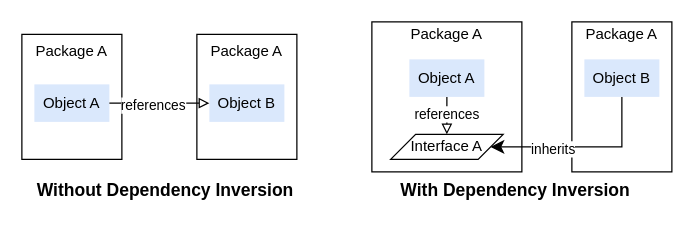
This is cpp/pics/DIP.drawio from zhaoyan/dev_doc, a draw.io file, before an edit. Source tidied: cells renumbered, new cells numbered last; positions are measured from the earlier drawing's top-left corner, leaving out a move shared by most shapes. Both pictures are drawn from the tidied source at 125%, with x=0, y=0 at pixel (21, 21).
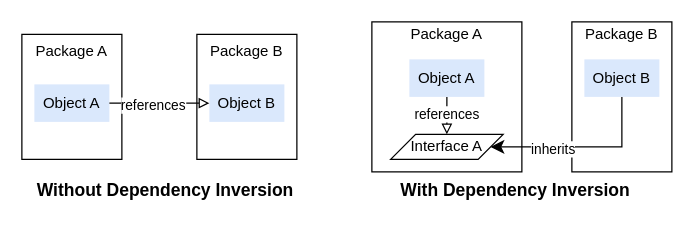
The same diagram, later.

Diff of the diagram source:
```diff
@@
-    <mxCell id="4" value="&lt;div style=&quot;text-align: left;&quot;&gt;&lt;span style=&quot;background-color: initial;&quot;&gt;Package A&lt;/span&gt;&lt;/div&gt;&lt;div&gt;&lt;br&gt;&lt;/div&gt;&lt;div&gt;&lt;br&gt;&lt;/div&gt;&lt;div&gt;&lt;br&gt;&lt;/div&gt;&lt;div&gt;&lt;br&gt;&lt;/div&gt;&lt;div&gt;&lt;br&gt;&lt;/div&gt;" style="rounded=0;whiteSpace=wrap;html=1;" parent="1" vertex="1">
+    <mxCell id="4" value="&lt;div style=&quot;text-align: left;&quot;&gt;&lt;span style=&quot;background-color: initial;&quot;&gt;Package B&lt;/span&gt;&lt;/div&gt;&lt;div&gt;&lt;br&gt;&lt;/div&gt;&lt;div&gt;&lt;br&gt;&lt;/div&gt;&lt;div&gt;&lt;br&gt;&lt;/div&gt;&lt;div&gt;&lt;br&gt;&lt;/div&gt;&lt;div&gt;&lt;br&gt;&lt;/div&gt;" style="rounded=0;whiteSpace=wrap;html=1;" parent="1" vertex="1">
       <mxGeometry x="140" y="10" width="80" height="100" as="geometry" />
     </mxCell>
@@
-    <mxCell id="8" value="&lt;div style=&quot;text-align: left;&quot;&gt;&lt;span style=&quot;background-color: initial;&quot;&gt;Package A&lt;/span&gt;&lt;/div&gt;&lt;div&gt;&lt;br&gt;&lt;/div&gt;&lt;div&gt;&lt;br&gt;&lt;/div&gt;&lt;div&gt;&lt;br&gt;&lt;/div&gt;&lt;div&gt;&lt;br&gt;&lt;/div&gt;&lt;div&gt;&lt;br&gt;&lt;/div&gt;&lt;div&gt;&lt;br&gt;&lt;/div&gt;&lt;div&gt;&lt;br&gt;&lt;/div&gt;" style="rounded=0;whiteSpace=wrap;html=1;" parent="1" vertex="1">
+    <mxCell id="8" value="&lt;div style=&quot;text-align: left;&quot;&gt;&lt;span style=&quot;background-color: initial;&quot;&gt;Package B&lt;/span&gt;&lt;/div&gt;&lt;div&gt;&lt;br&gt;&lt;/div&gt;&lt;div&gt;&lt;br&gt;&lt;/div&gt;&lt;div&gt;&lt;br&gt;&lt;/div&gt;&lt;div&gt;&lt;br&gt;&lt;/div&gt;&lt;div&gt;&lt;br&gt;&lt;/div&gt;&lt;div&gt;&lt;br&gt;&lt;/div&gt;&lt;div&gt;&lt;br&gt;&lt;/div&gt;" style="rounded=0;whiteSpace=wrap;html=1;" parent="1" vertex="1">
       <mxGeometry x="440" width="80" height="120" as="geometry" />
     </mxCell>
```
